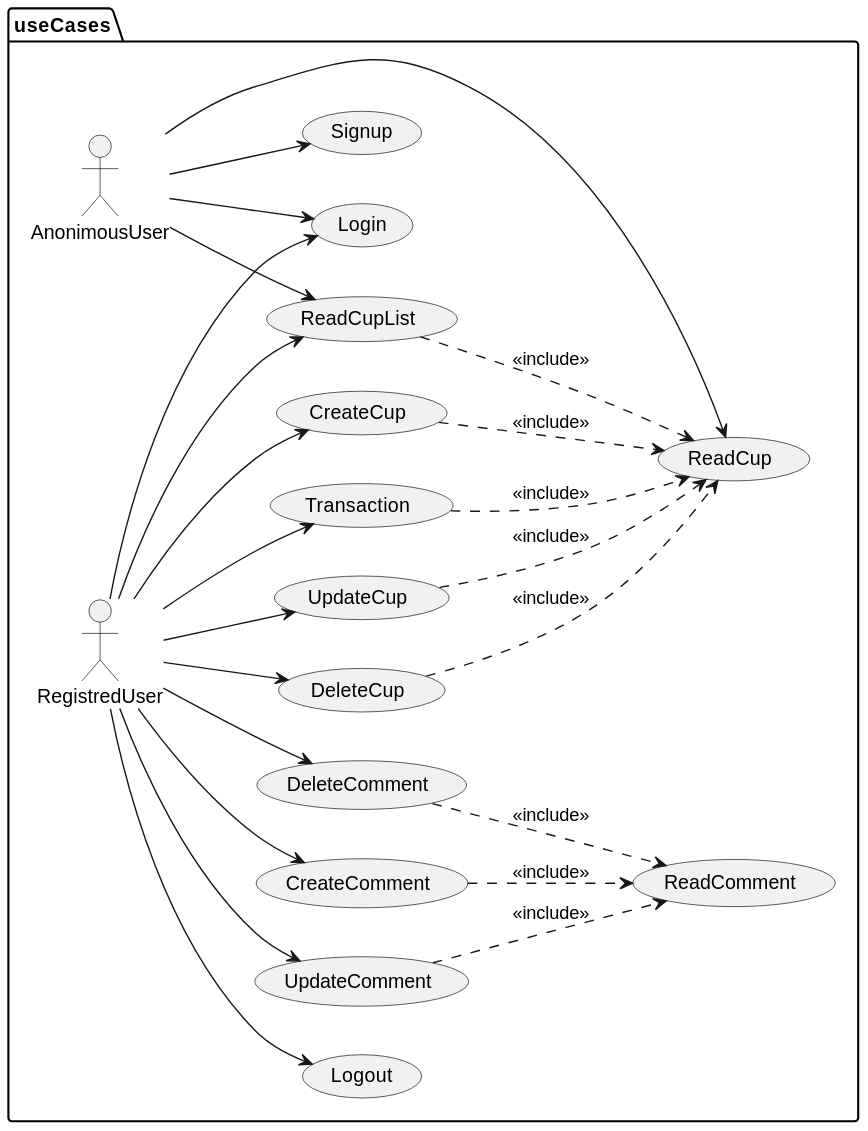
jumpering/fanaticupsFront keeps this PlantUML diagram as out/documentation/uml/useCases/useCases.svg. Above is the earlier version.
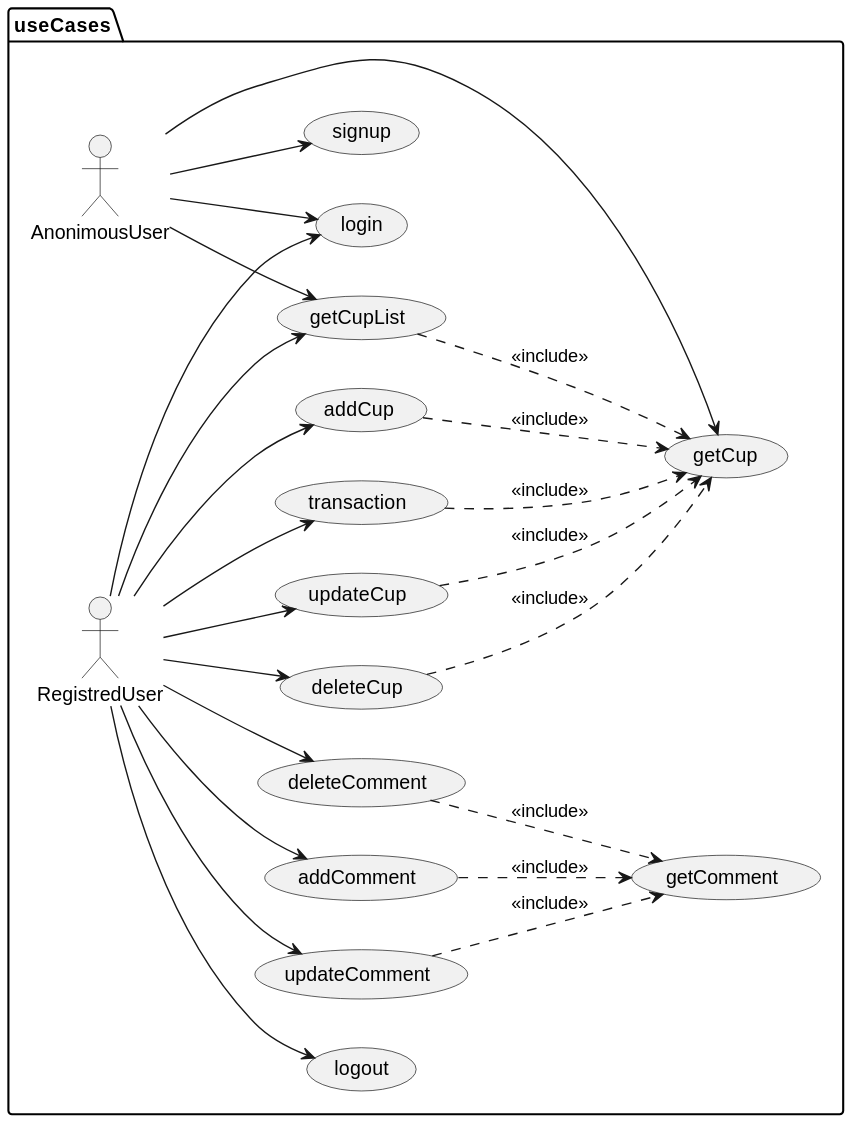
After the commit.

What changed in the source:
```diff
@@ -5,46 +5,46 @@
 actor AnonimousUser
 actor RegistredUser
 
-usecase CreateCup
-usecase ReadCup
-usecase ReadCupList
-usecase UpdateCup
-usecase DeleteCup
-usecase Transaction
-usecase Login
-usecase Signup
-usecase Logout
-usecase ReadComment
-usecase CreateComment
-usecase DeleteComment
-usecase UpdateComment
+usecase addCup
+usecase getCup
+usecase getCupList
+usecase updateCup
+usecase deleteCup
+usecase transaction
+usecase login
+usecase signup
+usecase logout
+usecase getComment
+usecase addComment
+usecase deleteComment
+usecase updateComment
 
-AnonimousUser --> Signup
-AnonimousUser --> ReadCup
-AnonimousUser --> ReadCupList
-AnonimousUser --> Login
+AnonimousUser --> signup
+AnonimousUser --> getCup
+AnonimousUser --> getCupList
+AnonimousUser --> login
 
-Transaction ..> ReadCup  : "<<include>>"
+transaction ..> getCup  : "<<include>>"
 
-RegistredUser --> Login
-RegistredUser --> Logout
+RegistredUser --> login
+RegistredUser --> logout
 
-RegistredUser --> CreateCup
-CreateCup ..> ReadCup  : "<<include>>"
-RegistredUser --> UpdateCup
-UpdateCup ..> ReadCup  : "<<include>>"
-RegistredUser --> DeleteCup
-DeleteCup ..> ReadCup  : "<<include>>"
-RegistredUser --> ReadCupList
-ReadCupList ..> ReadCup  : "<<include>>"
+RegistredUser --> addCup
+addCup ..> getCup  : "<<include>>"
+RegistredUser --> updateCup
+updateCup ..> getCup  : "<<include>>"
+RegistredUser --> deleteCup
+deleteCup ..> getCup  : "<<include>>"
+RegistredUser --> getCupList
+getCupList ..> getCup  : "<<include>>"
 
-RegistredUser --> CreateComment
-CreateComment ..> ReadComment  : "<<include>>"
-RegistredUser --> DeleteComment
-DeleteComment ..> ReadComment  : "<<include>>"
-RegistredUser --> UpdateComment
-UpdateComment ..> ReadComment  : "<<include>>"
+RegistredUser --> addComment
+addComment ..> getComment  : "<<include>>"
+RegistredUser --> deleteComment
+deleteComment ..> getComment  : "<<include>>"
+RegistredUser --> updateComment
+updateComment ..> getComment  : "<<include>>"
 
-RegistredUser --> Transaction
+RegistredUser --> transaction
 }
 @enduml
```
